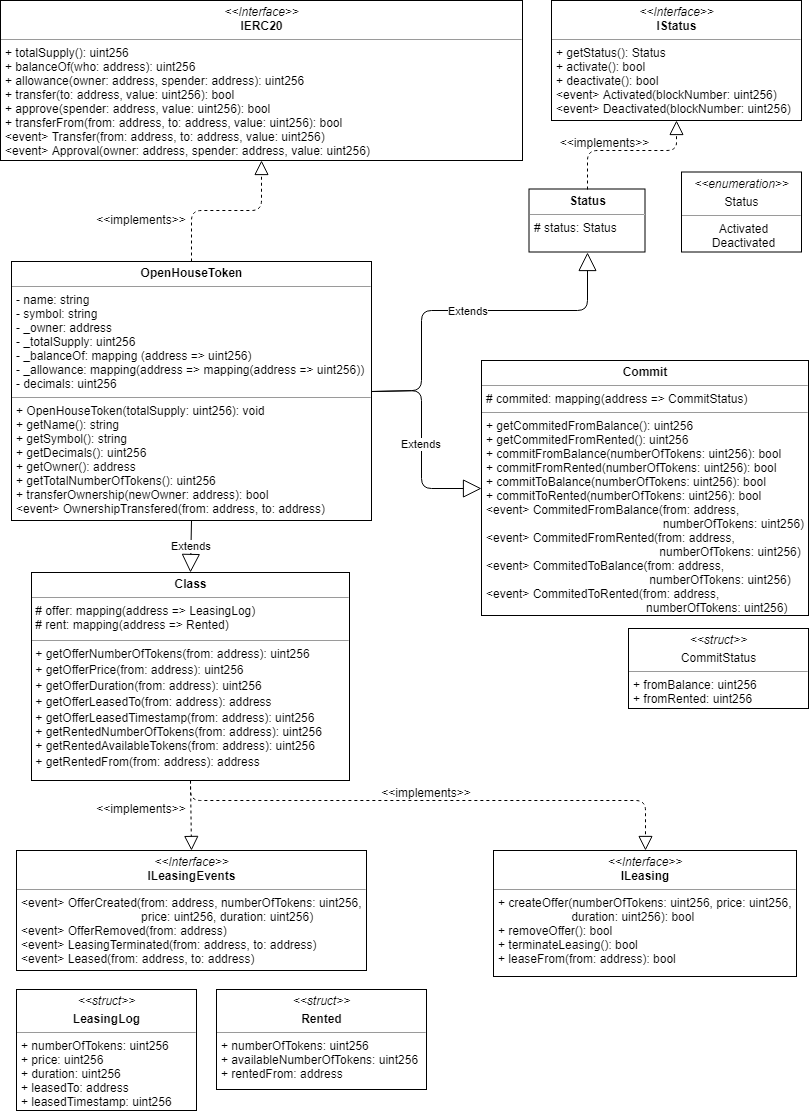
Earlier version of the draw.io export uml/OpenHouseToken/OpenHouseToken.png (gkamtzir/Ethereum-ICO-Diploma-Thesis). Source tidied: cells renumbered, new cells last; positions are measured from the earlier drawing's top-left corner, leaving out a move shared by most shapes.
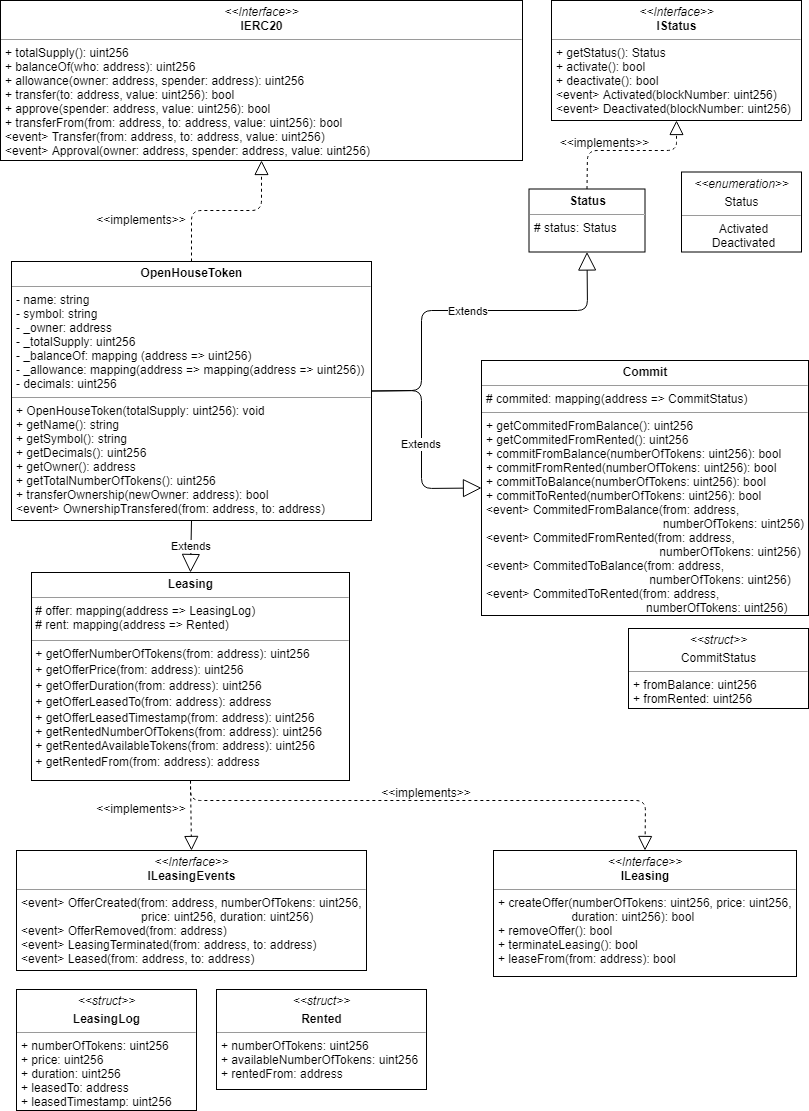
The same diagram one commit later.

Commit message:
Fixed Leasing class name.

Diff of the diagram source:
```diff
@@ -57,7 +57,7 @@
     <mxCell id="16" value="&lt;&lt;implements&gt;&gt;" style="text;align=center;fontStyle=0;verticalAlign=middle;spacingLeft=3;spacingRight=3;strokeColor=none;" parent="1" vertex="1">
       <mxGeometry x="386" y="780" width="80" height="26" as="geometry" />
     </mxCell>
-    <mxCell id="17" value="&lt;p style=&quot;margin: 0px ; margin-top: 4px ; text-align: center&quot;&gt;&lt;b&gt;Class&lt;/b&gt;&lt;/p&gt;&lt;hr size=&quot;1&quot;&gt;&amp;nbsp;# offer: mapping(address =&amp;gt; LeasingLog)&lt;br&gt;&amp;nbsp;# rent: mapping(address =&amp;gt; Rented)&lt;br&gt;&lt;div style=&quot;height: 2px&quot;&gt;&lt;br&gt;&lt;/div&gt;&lt;hr size=&quot;1&quot;&gt;&lt;div style=&quot;height: 2px&quot;&gt;&amp;nbsp;+ getOfferNumberOfTokens(from: address): uint256&lt;/div&gt;&lt;div style=&quot;height: 2px&quot;&gt;&lt;br&gt;&lt;/div&gt;&lt;div style=&quot;height: 2px&quot;&gt;&lt;br&gt;&lt;/div&gt;&lt;div style=&quot;height: 2px&quot;&gt;&lt;br&gt;&lt;/div&gt;&lt;div style=&quot;height: 2px&quot;&gt;&lt;br&gt;&lt;/div&gt;&lt;div style=&quot;height: 2px&quot;&gt;&lt;br&gt;&lt;/div&gt;&lt;div style=&quot;height: 2px&quot;&gt;&lt;br&gt;&lt;/div&gt;&lt;div style=&quot;height: 2px&quot;&gt;&lt;br&gt;&lt;/div&gt;&lt;div style=&quot;height: 2px&quot;&gt;&amp;nbsp;+ getOfferPrice(from: address): uint256&lt;/div&gt;&lt;div style=&quot;height: 2px&quot;&gt;&lt;br&gt;&lt;/div&gt;&lt;div style=&quot;height: 2px&quot;&gt;&lt;br&gt;&lt;/div&gt;&lt;div style=&quot;height: 2px&quot;&gt;&lt;br&gt;&lt;/div&gt;&lt;div style=&quot;height: 2px&quot;&gt;&lt;br&gt;&lt;/div&gt;&lt;div style=&quot;height: 2px&quot;&gt;&amp;nbsp;&lt;/div&gt;&lt;div style=&quot;height: 2px&quot;&gt;&lt;br&gt;&lt;/div&gt;&lt;div style=&quot;height: 2px&quot;&gt;&lt;br&gt;&lt;/div&gt;&lt;div style=&quot;height: 2px&quot;&gt;&amp;nbsp;+ getOfferDuration(from: address): uint256&lt;/div&gt;&lt;div style=&quot;height: 2px&quot;&gt;&lt;br&gt;&lt;/div&gt;&lt;div style=&quot;height: 2px&quot;&gt;&lt;br&gt;&lt;/div&gt;&lt;div style=&quot;height: 2px&quot;&gt;&lt;br&gt;&lt;/div&gt;&lt;div style=&quot;height: 2px&quot;&gt;&lt;br&gt;&lt;/div&gt;&lt;div style=&quot;height: 2px&quot;&gt;&lt;br&gt;&lt;/div&gt;&lt;div style=&quot;height: 2px&quot;&gt;&amp;nbsp;&lt;/div&gt;&lt;div style=&quot;height: 2px&quot;&gt;&amp;nbsp;&lt;/div&gt;&lt;div style=&quot;height: 2px&quot;&gt;&amp;nbsp;+ getOfferLeasedTo(from: address): address&lt;/div&gt;&lt;div style=&quot;height: 2px&quot;&gt;&lt;br&gt;&lt;/div&gt;&lt;div style=&quot;height: 2px&quot;&gt;&lt;br&gt;&lt;/div&gt;&lt;div style=&quot;height: 2px&quot;&gt;&lt;br&gt;&lt;/div&gt;&lt;div style=&quot;height: 2px&quot;&gt;&lt;br&gt;&lt;/div&gt;&lt;div style=&quot;height: 2px&quot;&gt;&lt;br&gt;&lt;/div&gt;&lt;div style=&quot;height: 2px&quot;&gt;&lt;br&gt;&lt;/div&gt;&lt;div style=&quot;height: 2px&quot;&gt;&lt;br&gt;&lt;/div&gt;&lt;div style=&quot;height: 2px&quot;&gt;&amp;nbsp;+ getOfferLeasedTimestamp(from: address): uint256&lt;/div&gt;&lt;div style=&quot;height: 2px&quot;&gt;&lt;br&gt;&lt;/div&gt;&lt;div style=&quot;height: 2px&quot;&gt;&lt;br&gt;&lt;/div&gt;&lt;div style=&quot;height: 2px&quot;&gt;&lt;br&gt;&lt;/div&gt;&lt;div style=&quot;height: 2px&quot;&gt;&lt;br&gt;&lt;/div&gt;&lt;div style=&quot;height: 2px&quot;&gt;&amp;nbsp;&lt;/div&gt;&lt;div style=&quot;height: 2px&quot;&gt;&amp;nbsp;&lt;/div&gt;&lt;div style=&quot;height: 2px&quot;&gt;&amp;nbsp;+ getRentedNumberOfTokens(from: address): uint256&lt;/div&gt;&lt;div style=&quot;height: 2px&quot;&gt;&lt;br&gt;&lt;/div&gt;&lt;div style=&quot;height: 2px&quot;&gt;&lt;br&gt;&lt;/div&gt;&lt;div style=&quot;height: 2px&quot;&gt;&lt;br&gt;&lt;/div&gt;&lt;div style=&quot;height: 2px&quot;&gt;&lt;br&gt;&lt;/div&gt;&lt;div style=&quot;height: 2px&quot;&gt;&lt;br&gt;&lt;/div&gt;&lt;div style=&quot;height: 2px&quot;&gt;&amp;nbsp;&lt;/div&gt;&lt;div style=&quot;height: 2px&quot;&gt;&amp;nbsp;+ getRentedAvailableTokens(from: address): uint256&lt;/div&gt;&lt;div style=&quot;height: 2px&quot;&gt;&lt;br&gt;&lt;/div&gt;&lt;div style=&quot;height: 2px&quot;&gt;&lt;br&gt;&lt;/div&gt;&lt;div style=&quot;height: 2px&quot;&gt;&lt;br&gt;&lt;/div&gt;&lt;div style=&quot;height: 2px&quot;&gt;&lt;br&gt;&lt;/div&gt;&lt;div style=&quot;height: 2px&quot;&gt;&lt;br&gt;&lt;/div&gt;&lt;div style=&quot;height: 2px&quot;&gt;&lt;br&gt;&lt;/div&gt;&lt;div style=&quot;height: 2px&quot;&gt;&lt;br&gt;&lt;/div&gt;&lt;div style=&quot;height: 2px&quot;&gt;&amp;nbsp;+ getRentedFrom(from: address): address&lt;/div&gt;" style="verticalAlign=top;align=left;overflow=fill;fontSize=12;fontFamily=Helvetica;html=1;" parent="1" vertex="1">
+    <mxCell id="17" value="&lt;p style=&quot;margin: 0px ; margin-top: 4px ; text-align: center&quot;&gt;&lt;b&gt;Leasing&lt;/b&gt;&lt;/p&gt;&lt;hr size=&quot;1&quot;&gt;&amp;nbsp;# offer: mapping(address =&amp;gt; LeasingLog)&lt;br&gt;&amp;nbsp;# rent: mapping(address =&amp;gt; Rented)&lt;br&gt;&lt;div style=&quot;height: 2px&quot;&gt;&lt;br&gt;&lt;/div&gt;&lt;hr size=&quot;1&quot;&gt;&lt;div style=&quot;height: 2px&quot;&gt;&amp;nbsp;+ getOfferNumberOfTokens(from: address): uint256&lt;/div&gt;&lt;div style=&quot;height: 2px&quot;&gt;&lt;br&gt;&lt;/div&gt;&lt;div style=&quot;height: 2px&quot;&gt;&lt;br&gt;&lt;/div&gt;&lt;div style=&quot;height: 2px&quot;&gt;&lt;br&gt;&lt;/div&gt;&lt;div style=&quot;height: 2px&quot;&gt;&lt;br&gt;&lt;/div&gt;&lt;div style=&quot;height: 2px&quot;&gt;&lt;br&gt;&lt;/div&gt;&lt;div style=&quot;height: 2px&quot;&gt;&lt;br&gt;&lt;/div&gt;&lt;div style=&quot;height: 2px&quot;&gt;&lt;br&gt;&lt;/div&gt;&lt;div style=&quot;height: 2px&quot;&gt;&amp;nbsp;+ getOfferPrice(from: address): uint256&lt;/div&gt;&lt;div style=&quot;height: 2px&quot;&gt;&lt;br&gt;&lt;/div&gt;&lt;div style=&quot;height: 2px&quot;&gt;&lt;br&gt;&lt;/div&gt;&lt;div style=&quot;height: 2px&quot;&gt;&lt;br&gt;&lt;/div&gt;&lt;div style=&quot;height: 2px&quot;&gt;&lt;br&gt;&lt;/div&gt;&lt;div style=&quot;height: 2px&quot;&gt;&amp;nbsp;&lt;/div&gt;&lt;div style=&quot;height: 2px&quot;&gt;&lt;br&gt;&lt;/div&gt;&lt;div style=&quot;height: 2px&quot;&gt;&lt;br&gt;&lt;/div&gt;&lt;div style=&quot;height: 2px&quot;&gt;&amp;nbsp;+ getOfferDuration(from: address): uint256&lt;/div&gt;&lt;div style=&quot;height: 2px&quot;&gt;&lt;br&gt;&lt;/div&gt;&lt;div style=&quot;height: 2px&quot;&gt;&lt;br&gt;&lt;/div&gt;&lt;div style=&quot;height: 2px&quot;&gt;&lt;br&gt;&lt;/div&gt;&lt;div style=&quot;height: 2px&quot;&gt;&lt;br&gt;&lt;/div&gt;&lt;div style=&quot;height: 2px&quot;&gt;&lt;br&gt;&lt;/div&gt;&lt;div style=&quot;height: 2px&quot;&gt;&amp;nbsp;&lt;/div&gt;&lt;div style=&quot;height: 2px&quot;&gt;&amp;nbsp;&lt;/div&gt;&lt;div style=&quot;height: 2px&quot;&gt;&amp;nbsp;+ getOfferLeasedTo(from: address): address&lt;/div&gt;&lt;div style=&quot;height: 2px&quot;&gt;&lt;br&gt;&lt;/div&gt;&lt;div style=&quot;height: 2px&quot;&gt;&lt;br&gt;&lt;/div&gt;&lt;div style=&quot;height: 2px&quot;&gt;&lt;br&gt;&lt;/div&gt;&lt;div style=&quot;height: 2px&quot;&gt;&lt;br&gt;&lt;/div&gt;&lt;div style=&quot;height: 2px&quot;&gt;&lt;br&gt;&lt;/div&gt;&lt;div style=&quot;height: 2px&quot;&gt;&lt;br&gt;&lt;/div&gt;&lt;div style=&quot;height: 2px&quot;&gt;&lt;br&gt;&lt;/div&gt;&lt;div style=&quot;height: 2px&quot;&gt;&amp;nbsp;+ getOfferLeasedTimestamp(from: address): uint256&lt;/div&gt;&lt;div style=&quot;height: 2px&quot;&gt;&lt;br&gt;&lt;/div&gt;&lt;div style=&quot;height: 2px&quot;&gt;&lt;br&gt;&lt;/div&gt;&lt;div style=&quot;height: 2px&quot;&gt;&lt;br&gt;&lt;/div&gt;&lt;div style=&quot;height: 2px&quot;&gt;&lt;br&gt;&lt;/div&gt;&lt;div style=&quot;height: 2px&quot;&gt;&amp;nbsp;&lt;/div&gt;&lt;div style=&quot;height: 2px&quot;&gt;&amp;nbsp;&lt;/div&gt;&lt;div style=&quot;height: 2px&quot;&gt;&amp;nbsp;+ getRentedNumberOfTokens(from: address): uint256&lt;/div&gt;&lt;div style=&quot;height: 2px&quot;&gt;&lt;br&gt;&lt;/div&gt;&lt;div style=&quot;height: 2px&quot;&gt;&lt;br&gt;&lt;/div&gt;&lt;div style=&quot;height: 2px&quot;&gt;&lt;br&gt;&lt;/div&gt;&lt;div style=&quot;height: 2px&quot;&gt;&lt;br&gt;&lt;/div&gt;&lt;div style=&quot;height: 2px&quot;&gt;&lt;br&gt;&lt;/div&gt;&lt;div style=&quot;height: 2px&quot;&gt;&amp;nbsp;&lt;/div&gt;&lt;div style=&quot;height: 2px&quot;&gt;&amp;nbsp;+ getRentedAvailableTokens(from: address): uint256&lt;/div&gt;&lt;div style=&quot;height: 2px&quot;&gt;&lt;br&gt;&lt;/div&gt;&lt;div style=&quot;height: 2px&quot;&gt;&lt;br&gt;&lt;/div&gt;&lt;div style=&quot;height: 2px&quot;&gt;&lt;br&gt;&lt;/div&gt;&lt;div style=&quot;height: 2px&quot;&gt;&lt;br&gt;&lt;/div&gt;&lt;div style=&quot;height: 2px&quot;&gt;&lt;br&gt;&lt;/div&gt;&lt;div style=&quot;height: 2px&quot;&gt;&lt;br&gt;&lt;/div&gt;&lt;div style=&quot;height: 2px&quot;&gt;&lt;br&gt;&lt;/div&gt;&lt;div style=&quot;height: 2px&quot;&gt;&amp;nbsp;+ getRentedFrom(from: address): address&lt;/div&gt;" style="verticalAlign=top;align=left;overflow=fill;fontSize=12;fontFamily=Helvetica;html=1;" parent="1" vertex="1">
       <mxGeometry x="31" y="572" width="318" height="208" as="geometry" />
     </mxCell>
     <mxCell id="18" value="Extends" style="endArrow=block;endSize=16;endFill=0;html=1;exitX=0.5;exitY=1;exitDx=0;exitDy=0;entryX=0.5;entryY=0;entryDx=0;entryDy=0;" parent="1" edge="1" source="2" target="17">
```
